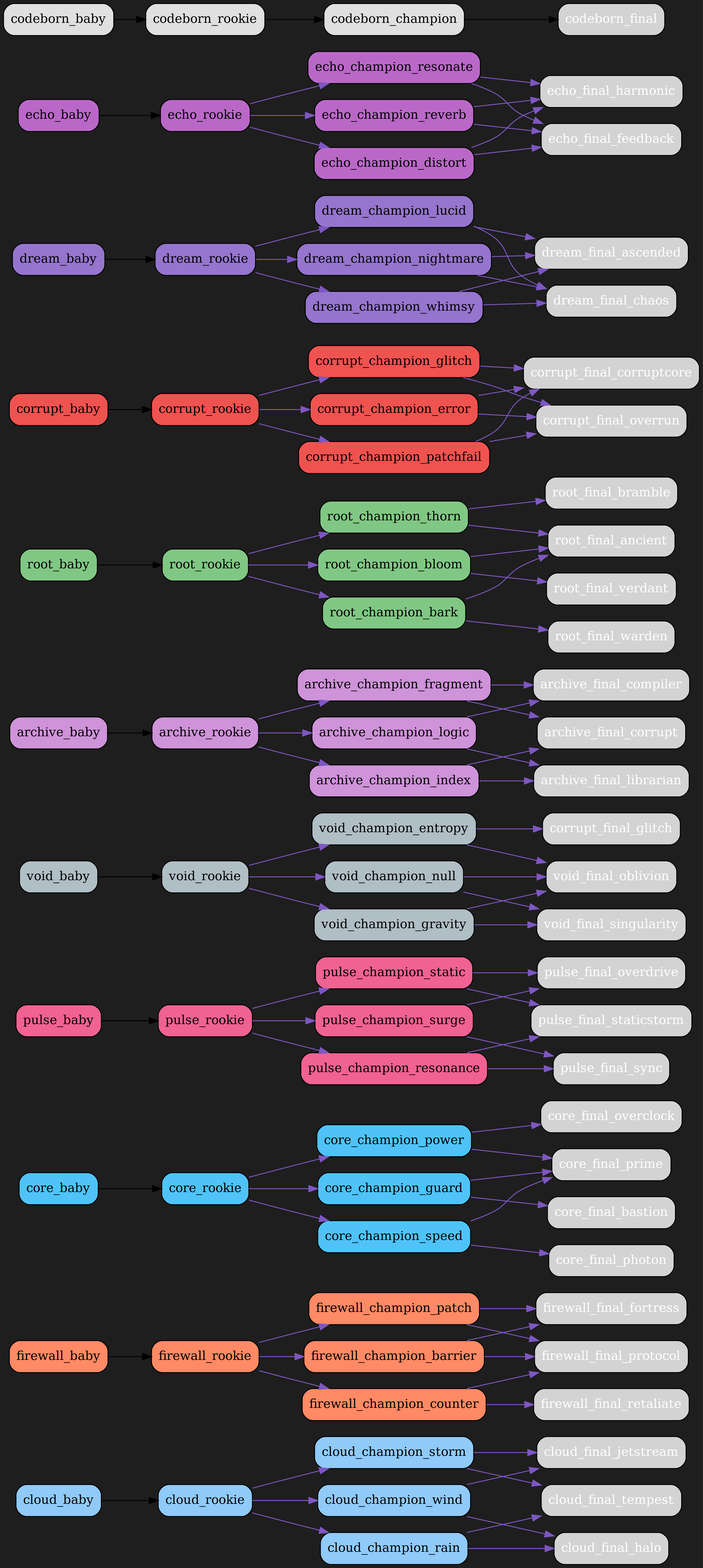
Above: src/netgrid/systems/evolution/graphs/dark/evolution_graph_dark.png in bwlight/NetGrid (Graphviz), before the change. Its source is kept beside it as src/netgrid/systems/evolution/graphs/dark/evolution_graph_dark.dot.
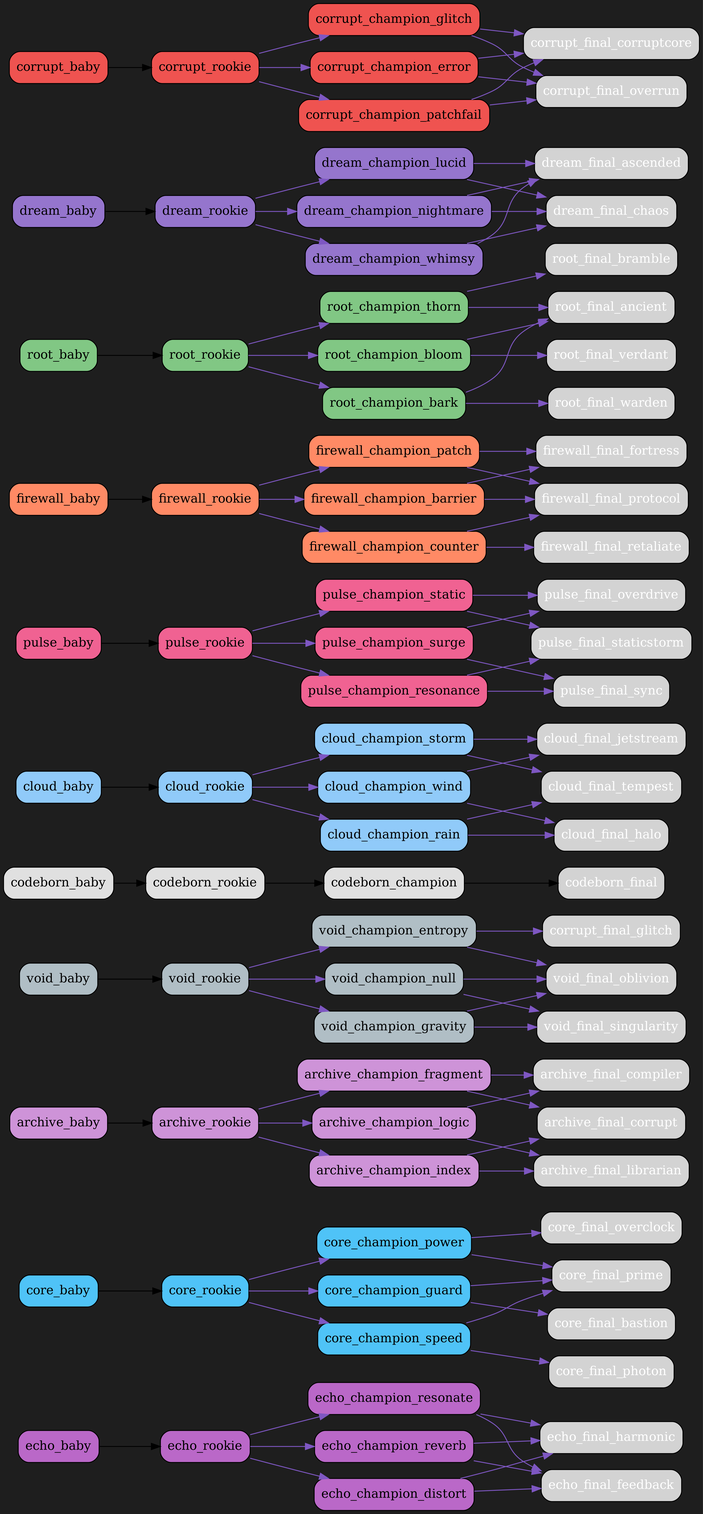
After the change.

Commit message:
Auto-update evolution graphs

Change to the diagram source:
```diff
@@ -2,6 +2,72 @@
   rankdir=LR;
   bgcolor="#1e1e1e";
   node [shape=box, style="rounded,filled", fontcolor="white"];
+  "echo_baby" [fillcolor="#ba68c8", fontcolor="black"];
+  "echo_baby" -> "echo_rookie";
+  "echo_rookie" [fillcolor="#ba68c8", fontcolor="black"];
+  "echo_rookie" -> "echo_champion_resonate" [color="#7e57c2"];
+  "echo_rookie" -> "echo_champion_reverb" [color="#7e57c2"];
+  "echo_rookie" -> "echo_champion_distort" [color="#7e57c2"];
+  "echo_champion_resonate" [fillcolor="#ba68c8", fontcolor="black"];
+  "echo_champion_resonate" -> "echo_final_harmonic" [color="#7e57c2"];
+  "echo_champion_resonate" -> "echo_final_feedback" [color="#7e57c2"];
+  "echo_champion_reverb" [fillcolor="#ba68c8", fontcolor="black"];
+  "echo_champion_reverb" -> "echo_final_feedback" [color="#7e57c2"];
+  "echo_champion_reverb" -> "echo_final_harmonic" [color="#7e57c2"];
+  "echo_champion_distort" [fillcolor="#ba68c8", fontcolor="black"];
+  "echo_champion_distort" -> "echo_final_feedback" [color="#7e57c2"];
+  "echo_champion_distort" -> "echo_final_harmonic" [color="#7e57c2"];
+  "core_baby" [fillcolor="#4fc3f7", fontcolor="black"];
+  "core_baby" -> "core_rookie";
+  "core_rookie" [fillcolor="#4fc3f7", fontcolor="black"];
+  "core_rookie" -> "core_champion_power" [color="#7e57c2"];
+  "core_rookie" -> "core_champion_guard" [color="#7e57c2"];
+  "core_rookie" -> "core_champion_speed" [color="#7e57c2"];
+  "core_champion_power" [fillcolor="#4fc3f7", fontcolor="black"];
+  "core_champion_power" -> "core_final_overclock" [color="#7e57c2"];
+  "core_champion_power" -> "core_final_prime" [color="#7e57c2"];
+  "core_champion_guard" [fillcolor="#4fc3f7", fontcolor="black"];
+  "core_champion_guard" -> "core_final_bastion" [color="#7e57c2"];
+  "core_champion_guard" -> "core_final_prime" [color="#7e57c2"];
+  "core_champion_speed" [fillcolor="#4fc3f7", fontcolor="black"];
+  "core_champion_speed" -> "core_final_photon" [color="#7e57c2"];
+  "core_champion_speed" -> "core_final_prime" [color="#7e57c2"];
+  "archive_baby" [fillcolor="#ce93d8", fontcolor="black"];
+  "archive_baby" -> "archive_rookie";
+  "archive_rookie" [fillcolor="#ce93d8", fontcolor="black"];
+  "archive_rookie" -> "archive_champion_logic" [color="#7e57c2"];
+  "archive_rookie" -> "archive_champion_index" [color="#7e57c2"];
+  "archive_rookie" -> "archive_champion_fragment" [color="#7e57c2"];
+  "archive_champion_logic" [fillcolor="#ce93d8", fontcolor="black"];
+  "archive_champion_logic" -> "archive_final_compiler" [color="#7e57c2"];
+  "archive_champion_logic" -> "archive_final_librarian" [color="#7e57c2"];
+  "archive_champion_index" [fillcolor="#ce93d8", fontcolor="black"];
+  "archive_champion_index" -> "archive_final_librarian" [color="#7e57c2"];
+  "archive_champion_index" -> "archive_final_corrupt" [color="#7e57c2"];
+  "archive_champion_fragment" [fillcolor="#ce93d8", fontcolor="black"];
+  "archive_champion_fragment" -> "archive_final_corrupt" [color="#7e57c2"];
+  "archive_champion_fragment" -> "archive_final_compiler" [color="#7e57c2"];
+  "void_baby" [fillcolor="#b0bec5", fontcolor="black"];
+  "void_baby" -> "void_rookie";
+  "void_rookie" [fillcolor="#b0bec5", fontcolor="black"];
+  "void_rookie" -> "void_champion_entropy" [color="#7e57c2"];
+  "void_rookie" -> "void_champion_gravity" [color="#7e57c2"];
+  "void_rookie" -> "void_champion_null" [color="#7e57c2"];
+  "void_champion_entropy" [fillcolor="#b0bec5", fontcolor="black"];
+  "void_champion_entropy" -> "corrupt_final_glitch" [color="#7e57c2"];
+  "void_champion_entropy" -> "void_final_oblivion" [color="#7e57c2"];
+  "void_champion_gravity" [fillcolor="#b0bec5", fontcolor="black"];
+  "void_champion_gravity" -> "void_final_singularity" [color="#7e57c2"];
+  "void_champion_gravity" -> "void_final_oblivion" [color="#7e57c2"];
+  "void_champion_null" [fillcolor="#b0bec5", fontcolor="black"];
+  "void_champion_null" -> "void_final_oblivion" [color="#7e57c2"];
+  "void_champion_null" -> "void_final_singularity" [color="#7e57c2"];
+  "codeborn_baby" [fillcolor="#e0e0e0", fontcolor="black"];
+  "codeborn_baby" -> "codeborn_rookie";
+  "codeborn_rookie" [fillcolor="#e0e0e0", fontcolor="black"];
+  "codeborn_rookie" -> "codeborn_champion";
+  "codeborn_champion" [fillcolor="#e0e0e0", fontcolor="black"];
+  "codeborn_champion" -> "codeborn_final";
   "cloud_baby" [fillcolor="#90caf9", fontcolor="black"];
   "cloud_baby" -> "cloud_rookie";
   "cloud_rookie" [fillcolor="#90caf9", fontcolor="black"];
@@ -17,6 +83,21 @@
   "cloud_champion_storm" [fillcolor="#90caf9", fontcolor="black"];
   "cloud_champion_storm" -> "cloud_final_tempest" [color="#7e57c2"];
   "cloud_champion_storm" -> "cloud_final_jetstream" [color="#7e57c2"];
+  "pulse_baby" [fillcolor="#f06292", fontcolor="black"];
+  "pulse_baby" -> "pulse_rookie";
+  "pulse_rookie" [fillcolor="#f06292", fontcolor="black"];
+  "pulse_rookie" -> "pulse_champion_surge" [color="#7e57c2"];
+  "pulse_rookie" -> "pulse_champion_resonance" [color="#7e57c2"];
+  "pulse_rookie" -> "pulse_champion_static" [color="#7e57c2"];
+  "pulse_champion_surge" [fillcolor="#f06292", fontcolor="black"];
+  "pulse_champion_surge" -> "pulse_final_overdrive" [color="#7e57c2"];
+  "pulse_champion_surge" -> "pulse_final_sync" [color="#7e57c2"];
+  "pulse_champion_resonance" [fillcolor="#f06292", fontcolor="black"];
+  "pulse_champion_resonance" -> "pulse_final_sync" [color="#7e57c2"];
+  "pulse_champion_resonance" -> "pulse_final_staticstorm" [color="#7e57c2"];
+  "pulse_champion_static" [fillcolor="#f06292", fontcolor="black"];
+  "pulse_champion_static" -> "pulse_final_staticstorm" [color="#7e57c2"];
+  "pulse_champion_static" -> "pulse_final_overdrive" [color="#7e57c2"];
   "firewall_baby" [fillcolor="#ff8a65", fontcolor="black"];
   "firewall_baby" -> "firewall_rookie";
   "firewall_rookie" [fillcolor="#ff8a65", fontcolor="black"];
@@ -32,66 +113,6 @@
   "firewall_champion_patch" [fillcolor="#ff8a65", fontcolor="black"];
   "firewall_champion_patch" -> "firewall_final_protocol" [color="#7e57c2"];
   "firewall_champion_patch" -> "firewall_final_fortress" [color="#7e57c2"];
-  "core_baby" [fillcolor="#4fc3f7", fontcolor="black"];
-  "core_baby" -> "core_rookie";
-  "core_rookie" [fillcolor="#4fc3f7", fontcolor="black"];
-  "core_rookie" -> "core_champion_power" [color="#7e57c2"];
-  "core_rookie" -> "core_champion_guard" [color="#7e57c2"];
-  "core_rookie" -> "core_champion_speed" [color="#7e57c2"];
-  "core_champion_power" [fillcolor="#4fc3f7", fontcolor="black"];
-  "core_champion_power" -> "core_final_overclock" [color="#7e57c2"];
-  "core_champion_power" -> "core_final_prime" [color="#7e57c2"];
-  "core_champion_guard" [fillcolor="#4fc3f7", fontcolor="black"];
-  "core_champion_guard" -> "core_final_bastion" [color="#7e57c2"];
-  "core_champion_guard" -> "core_final_prime" [color="#7e57c2"];
-  "core_champion_speed" [fillcolor="#4fc3f7", fontcolor="black"];
-  "core_champion_speed" -> "core_final_photon" [color="#7e57c2"];
-  "core_champion_speed" -> "core_final_prime" [color="#7e57c2"];
-  "pulse_baby" [fillcolor="#f06292", fontcolor="black"];
-  "pulse_baby" -> "pulse_rookie";
-  "pulse_rookie" [fillcolor="#f06292", fontcolor="black"];
-  "pulse_rookie" -> "pulse_champion_surge" [color="#7e57c2"];
-  "pulse_rookie" -> "pulse_champion_resonance" [color="#7e57c2"];
-  "pulse_rookie" -> "pulse_champion_static" [color="#7e57c2"];
-  "pulse_champion_surge" [fillcolor="#f06292", fontcolor="black"];
-  "pulse_champion_surge" -> "pulse_final_overdrive" [color="#7e57c2"];
-  "pulse_champion_surge" -> "pulse_final_sync" [color="#7e57c2"];
-  "pulse_champion_resonance" [fillcolor="#f06292", fontcolor="black"];
-  "pulse_champion_resonance" -> "pulse_final_sync" [color="#7e57c2"];
-  "pulse_champion_resonance" -> "pulse_final_staticstorm" [color="#7e57c2"];
-  "pulse_champion_static" [fillcolor="#f06292", fontcolor="black"];
-  "pulse_champion_static" -> "pulse_final_staticstorm" [color="#7e57c2"];
-  "pulse_champion_static" -> "pulse_final_overdrive" [color="#7e57c2"];
-  "void_baby" [fillcolor="#b0bec5", fontcolor="black"];
-  "void_baby" -> "void_rookie";
-  "void_rookie" [fillcolor="#b0bec5", fontcolor="black"];
-  "void_rookie" -> "void_champion_entropy" [color="#7e57c2"];
-  "void_rookie" -> "void_champion_gravity" [color="#7e57c2"];
-  "void_rookie" -> "void_champion_null" [color="#7e57c2"];
-  "void_champion_entropy" [fillcolor="#b0bec5", fontcolor="black"];
-  "void_champion_entropy" -> "corrupt_final_glitch" [color="#7e57c2"];
-  "void_champion_entropy" -> "void_final_oblivion" [color="#7e57c2"];
-  "void_champion_gravity" [fillcolor="#b0bec5", fontcolor="black"];
-  "void_champion_gravity" -> "void_final_singularity" [color="#7e57c2"];
-  "void_champion_gravity" -> "void_final_oblivion" [color="#7e57c2"];
-  "void_champion_null" [fillcolor="#b0bec5", fontcolor="black"];
-  "void_champion_null" -> "void_final_oblivion" [color="#7e57c2"];
-  "void_champion_null" -> "void_final_singularity" [color="#7e57c2"];
-  "archive_baby" [fillcolor="#ce93d8", fontcolor="black"];
-  "archive_baby" -> "archive_rookie";
-  "archive_rookie" [fillcolor="#ce93d8", fontcolor="black"];
-  "archive_rookie" -> "archive_champion_logic" [color="#7e57c2"];
-  "archive_rookie" -> "archive_champion_index" [color="#7e57c2"];
-  "archive_rookie" -> "archive_champion_fragment" [color="#7e57c2"];
-  "archive_champion_logic" [fillcolor="#ce93d8", fontcolor="black"];
-  "archive_champion_logic" -> "archive_final_compiler" [color="#7e57c2"];
-  "archive_champion_logic" -> "archive_final_librarian" [color="#7e57c2"];
-  "archive_champion_index" [fillcolor="#ce93d8", fontcolor="black"];
-  "archive_champion_index" -> "archive_final_librarian" [color="#7e57c2"];
-  "archive_champion_index" -> "archive_final_corrupt" [color="#7e57c2"];
-  "archive_champion_fragment" [fillcolor="#ce93d8", fontcolor="black"];
-  "archive_champion_fragment" -> "archive_final_corrupt" [color="#7e57c2"];
-  "archive_champion_fragment" -> "archive_final_compiler" [color="#7e57c2"];
   "root_baby" [fillcolor="#81c784", fontcolor="black"];
   "root_baby" -> "root_rookie";
   "root_rookie" [fillcolor="#81c784", fontcolor="black"];
@@ -107,6 +128,21 @@
   "root_champion_bark" [fillcolor="#81c784", fontcolor="black"];
   "root_champion_bark" -> "root_final_warden" [color="#7e57c2"];
   "root_champion_bark" -> "root_final_ancient" [color="#7e57c2"];
+  "dream_baby" [fillcolor="#9575cd", fontcolor="black"];
+  "dream_baby" -> "dream_rookie";
+  "dream_rookie" [fillcolor="#9575cd", fontcolor="black"];
+  "dream_rookie" -> "dream_champion_lucid" [color="#7e57c2"];
+  "dream_rookie" -> "dream_champion_nightmare" [color="#7e57c2"];
+  "dream_rookie" -> "dream_champion_whimsy" [color="#7e57c2"];
+  "dream_champion_lucid" [fillcolor="#9575cd", fontcolor="black"];
+  "dream_champion_lucid" -> "dream_final_ascended" [color="#7e57c2"];
+  "dream_champion_lucid" -> "dream_final_chaos" [color="#7e57c2"];
+  "dream_champion_nightmare" [fillcolor="#9575cd", fontcolor="black"];
+  "dream_champion_nightmare" -> "dream_final_chaos" [color="#7e57c2"];
+  "dream_champion_nightmare" -> "dream_final_ascended" [color="#7e57c2"];
+  "dream_champion_whimsy" [fillcolor="#9575cd", fontcolor="black"];
+  "dream_champion_whimsy" -> "dream_final_ascended" [color="#7e57c2"];
+  "dream_champion_whimsy" -> "dream_final_chaos" [color="#7e57c2"];
   "corrupt_baby" [fillcolor="#ef5350", fontcolor="black"];
   "corrupt_baby" -> "corrupt_rookie";
   "corrupt_rookie" [fillcolor="#ef5350", fontcolor="black"];
@@ -122,40 +158,4 @@
   "corrupt_champion_patchfail" [fillcolor="#ef5350", fontcolor="black"];
   "corrupt_champion_patchfail" -> "corrupt_final_corruptcore" [color="#7e57c2"];
   "corrupt_champion_patchfail" -> "corrupt_final_overrun" [color="#7e57c2"];
-  "dream_baby" [fillcolor="#9575cd", fontcolor="black"];
-  "dream_baby" -> "dream_rookie";
-  "dream_rookie" [fillcolor="#9575cd", fontcolor="black"];
-  "dream_rookie" -> "dream_champion_lucid" [color="#7e57c2"];
-  "dream_rookie" -> "dream_champion_nightmare" [color="#7e57c2"];
-  "dream_rookie" -> "dream_champion_whimsy" [color="#7e57c2"];
-  "dream_champion_lucid" [fillcolor="#9575cd", fontcolor="black"];
-  "dream_champion_lucid" -> "dream_final_ascended" [color="#7e57c2"];
-  "dream_champion_lucid" -> "dream_final_chaos" [color="#7e57c2"];
-  "dream_champion_nightmare" [fillcolor="#9575cd", fontcolor="black"];
-  "dream_champion_nightmare" -> "dream_final_chaos" [color="#7e57c2"];
-  "dream_champion_nightmare" -> "dream_final_ascended" [color="#7e57c2"];
-  "dream_champion_whimsy" [fillcolor="#9575cd", fontcolor="black"];
-  "dream_champion_whimsy" -> "dream_final_ascended" [color="#7e57c2"];
-  "dream_champion_whimsy" -> "dream_final_chaos" [color="#7e57c2"];
-  "echo_baby" [fillcolor="#ba68c8", fontcolor="black"];
-  "echo_baby" -> "echo_rookie";
-  "echo_rookie" [fillcolor="#ba68c8", fontcolor="black"];
-  "echo_rookie" -> "echo_champion_resonate" [color="#7e57c2"];
-  "echo_rookie" -> "echo_champion_reverb" [color="#7e57c2"];
-  "echo_rookie" -> "echo_champion_distort" [color="#7e57c2"];
-  "echo_champion_resonate" [fillcolor="#ba68c8", fontcolor="black"];
-  "echo_champion_resonate" -> "echo_final_harmonic" [color="#7e57c2"];
-  "echo_champion_resonate" -> "echo_final_feedback" [color="#7e57c2"];
-  "echo_champion_reverb" [fillcolor="#ba68c8", fontcolor="black"];
-  "echo_champion_reverb" -> "echo_final_feedback" [color="#7e57c2"];
-  "echo_champion_reverb" -> "echo_final_harmonic" [color="#7e57c2"];
-  "echo_champion_distort" [fillcolor="#ba68c8", fontcolor="black"];
-  "echo_champion_distort" -> "echo_final_feedback" [color="#7e57c2"];
-  "echo_champion_distort" -> "echo_final_harmonic" [color="#7e57c2"];
-  "codeborn_baby" [fillcolor="#e0e0e0", fontcolor="black"];
-  "codeborn_baby" -> "codeborn_rookie";
-  "codeborn_rookie" [fillcolor="#e0e0e0", fontcolor="black"];
-  "codeborn_rookie" -> "codeborn_champion";
-  "codeborn_champion" [fillcolor="#e0e0e0", fontcolor="black"];
-  "codeborn_champion" -> "codeborn_final";
 }
```
